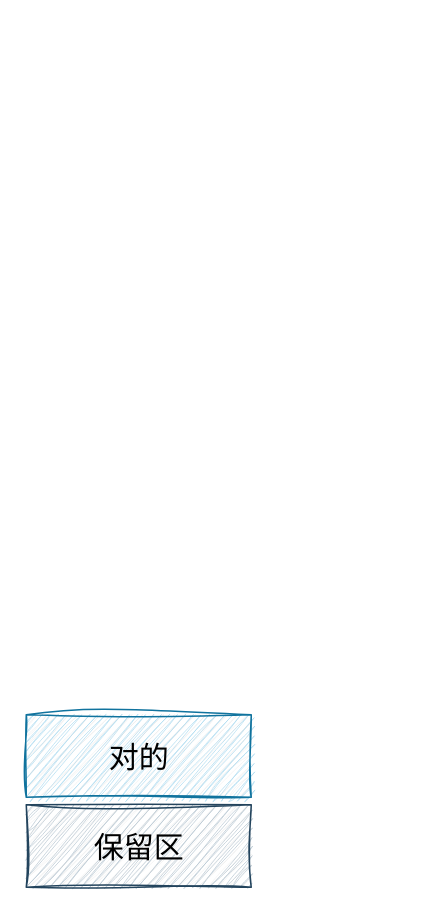
Earlier version of the draw.io diagram mmap.drawio (zhangdongxuan/asset). Source tidied: cells renumbered, new cells numbered last; positions are measured from the earlier drawing's top-left corner, leaving out a move shared by most shapes. Both pictures are drawn from the tidied source at 150%, with x=0, y=0 at pixel (26, 714).
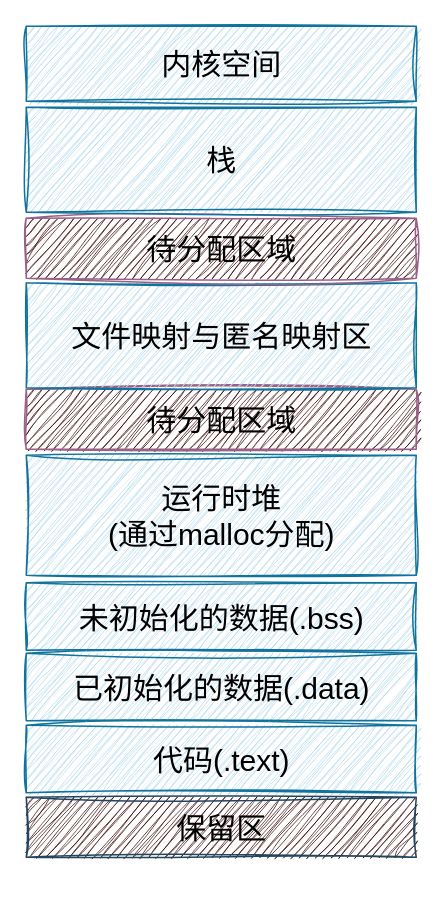
The same diagram, later.

What changed in the source:
```diff
@@
 <mxGraphModel>
   <root>
     <mxCell id="0" />
     <mxCell id="1" parent="0" />
-    <mxCell id="2" value="对的" style="verticalLabelPosition=middle;verticalAlign=middle;html=1;shape=mxgraph.basic.patternFillRect;fillStyle=diag;step=5;fillStrokeWidth=0.2;fillStrokeColor=#dddddd;sketch=1;hachureGap=4;jiggle=2;curveFitting=1;fontFamily=手札体-简;fontSize=20;labelPosition=center;align=center;fillColor=#b1ddf0;strokeColor=#10739e;" parent="1" vertex="1">
-      <mxGeometry width="150" height="55" as="geometry" />
+    <mxCell id="2" value="代码(.text)" style="verticalLabelPosition=middle;verticalAlign=middle;html=1;shape=mxgraph.basic.patternFillRect;fillStyle=diag;step=5;fillStrokeWidth=0.2;fillStrokeColor=#dddddd;sketch=1;hachureGap=4;jiggle=2;curveFitting=1;fontFamily=手札体-简;fontSize=20;labelPosition=center;align=center;fillColor=#b1ddf0;strokeColor=#10739e;" parent="1" vertex="1">
+      <mxGeometry y="7" width="260" height="45" as="geometry" />
     </mxCell>
-    <mxCell id="3" value="保留区" style="verticalLabelPosition=middle;verticalAlign=middle;html=1;shape=mxgraph.basic.patternFillRect;fillStyle=diag;step=5;fillStrokeWidth=0.2;fillStrokeColor=#dddddd;sketch=1;hachureGap=4;jiggle=2;curveFitting=1;fontFamily=手札体-简;fontSize=20;labelPosition=center;align=center;fillColor=#bac8d3;strokeColor=#23445d;" parent="1" vertex="1">
-      <mxGeometry y="60" width="150" height="55" as="geometry" />
+    <mxCell id="3" value="保留区" style="verticalLabelPosition=middle;verticalAlign=middle;html=1;shape=mxgraph.basic.patternFillRect;fillStyle=diag;step=5;fillStrokeWidth=0.2;fillStrokeColor=#dddddd;sketch=1;hachureGap=4;jiggle=2;curveFitting=1;fontFamily=手札体-简;fontSize=20;labelPosition=center;align=center;fillColor=#330000;strokeColor=#23445d;" parent="1" vertex="1">
+      <mxGeometry y="55" width="260" height="40" as="geometry" />
     </mxCell>
+    <mxCell id="4" value="已初始化的数据(.data)" style="verticalLabelPosition=middle;verticalAlign=middle;html=1;shape=mxgraph.basic.patternFillRect;fillStyle=diag;step=5;fillStrokeWidth=0.2;fillStrokeColor=#dddddd;sketch=1;hachureGap=4;jiggle=2;curveFitting=1;fontFamily=手札体-简;fontSize=20;labelPosition=center;align=center;fillColor=#b1ddf0;strokeColor=#10739e;" parent="1" vertex="1">
+      <mxGeometry y="-41" width="260" height="45" as="geometry" />
+    </mxCell>
+    <mxCell id="5" value="未初始化的数据(.bss)" style="verticalLabelPosition=middle;verticalAlign=middle;html=1;shape=mxgraph.basic.patternFillRect;fillStyle=diag;step=5;fillStrokeWidth=0.2;fillStrokeColor=#dddddd;sketch=1;hachureGap=4;jiggle=2;curveFitting=1;fontFamily=手札体-简;fontSize=20;labelPosition=center;align=center;fillColor=#b1ddf0;strokeColor=#10739e;" parent="1" vertex="1">
+      <mxGeometry y="-88" width="260" height="45" as="geometry" />
+    </mxCell>
+    <mxCell id="6" value="运行时堆&lt;br&gt;(通过malloc分配)" style="verticalLabelPosition=middle;verticalAlign=middle;html=1;shape=mxgraph.basic.patternFillRect;fillStyle=diag;step=5;fillStrokeWidth=0.2;fillStrokeColor=#dddddd;sketch=1;hachureGap=4;jiggle=2;curveFitting=1;fontFamily=手札体-简;fontSize=20;labelPosition=center;align=center;fillColor=#b1ddf0;strokeColor=#10739e;" parent="1" vertex="1">
+      <mxGeometry y="-173" width="260" height="80" as="geometry" />
+    </mxCell>
+    <mxCell id="7" value="待分配区域" style="verticalLabelPosition=middle;verticalAlign=middle;html=1;shape=mxgraph.basic.patternFillRect;fillStyle=diag;step=5;fillStrokeWidth=0.2;fillStrokeColor=#dddddd;sketch=1;hachureGap=4;jiggle=2;curveFitting=1;fontFamily=手札体-简;fontSize=20;labelPosition=center;align=center;fillColor=#330000;strokeColor=#996185;gradientColor=#d5739d;" parent="1" vertex="1">
+      <mxGeometry y="-217" width="260" height="40" as="geometry" />
+    </mxCell>
+    <mxCell id="8" value="文件映射与匿名映射区" style="verticalLabelPosition=middle;verticalAlign=middle;html=1;shape=mxgraph.basic.patternFillRect;fillStyle=diag;step=5;fillStrokeWidth=0.2;fillStrokeColor=#dddddd;sketch=1;hachureGap=4;jiggle=2;curveFitting=1;fontFamily=手札体-简;fontSize=20;labelPosition=center;align=center;fillColor=#b1ddf0;strokeColor=#10739e;" parent="1" vertex="1">
+      <mxGeometry y="-288" width="260" height="70" as="geometry" />
+    </mxCell>
+    <mxCell id="9" value="待分配区域" style="verticalLabelPosition=middle;verticalAlign=middle;html=1;shape=mxgraph.basic.patternFillRect;fillStyle=diag;step=5;fillStrokeWidth=0.2;fillStrokeColor=#dddddd;sketch=1;hachureGap=4;jiggle=2;curveFitting=1;fontFamily=手札体-简;fontSize=20;labelPosition=center;align=center;fillColor=#330000;strokeColor=#996185;gradientColor=#d5739d;" parent="1" vertex="1">
+      <mxGeometry y="-331" width="260" height="40" as="geometry" />
+    </mxCell>
+    <mxCell id="10" value="栈" style="verticalLabelPosition=middle;verticalAlign=middle;html=1;shape=mxgraph.basic.patternFillRect;fillStyle=diag;step=5;fillStrokeWidth=0.2;fillStrokeColor=#dddddd;sketch=1;hachureGap=4;jiggle=2;curveFitting=1;fontFamily=手札体-简;fontSize=20;labelPosition=center;align=center;fillColor=#b1ddf0;strokeColor=#10739e;" parent="1" vertex="1">
+      <mxGeometry y="-405" width="260" height="70" as="geometry" />
+    </mxCell>
+    <mxCell id="11" value="内核空间" style="verticalLabelPosition=middle;verticalAlign=middle;html=1;shape=mxgraph.basic.patternFillRect;fillStyle=diag;step=5;fillStrokeWidth=0.2;fillStrokeColor=#dddddd;sketch=1;hachureGap=4;jiggle=2;curveFitting=1;fontFamily=手札体-简;fontSize=20;labelPosition=center;align=center;fillColor=#b1ddf0;strokeColor=#10739e;" parent="1" vertex="1">
+      <mxGeometry y="-459" width="260" height="50" as="geometry" />
+    </mxCell>
   </root>
 </mxGraphModel>
```
